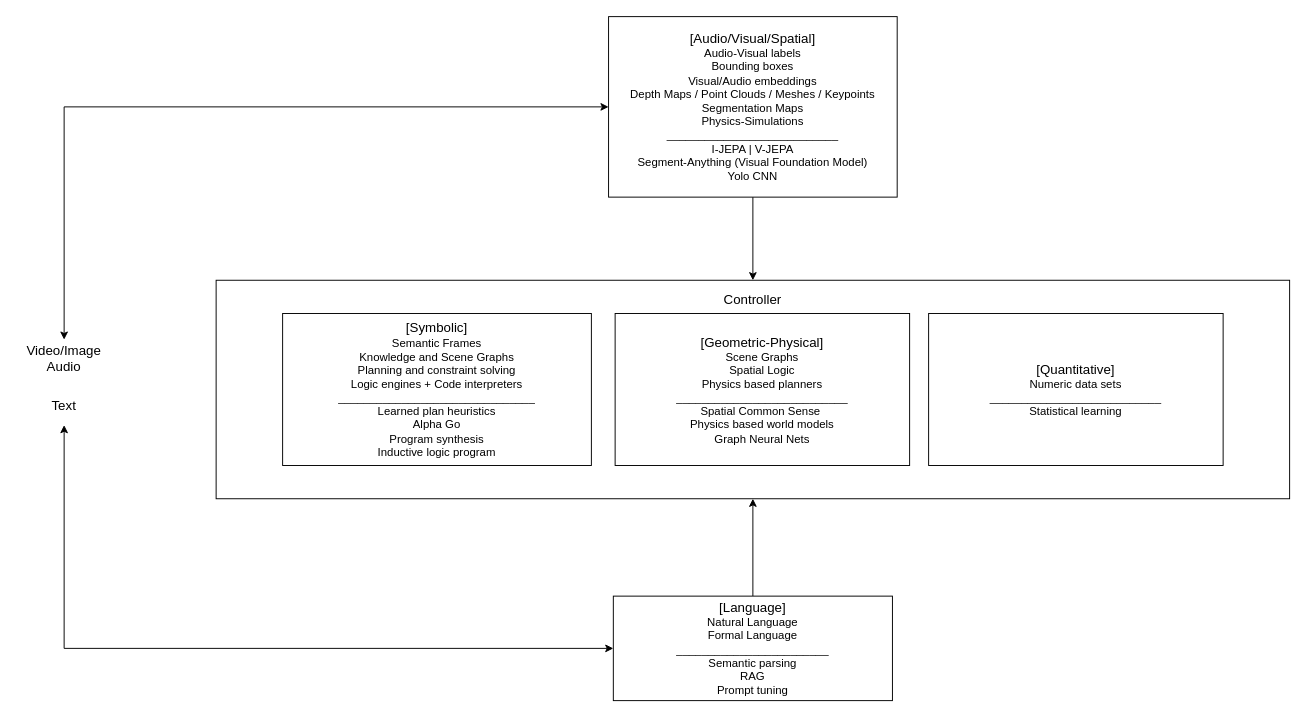
yashrahmed/VordMekh_project keeps this draw.io diagram as design-docs/4-boxes.drawio. Above is the earlier version. Source tidied: cells renumbered, new cells numbered last; positions are measured from the earlier drawing's top-left corner, leaving out a move shared by most shapes. Both pictures are drawn from the tidied source at 95%, with x=0, y=0 at pixel (16, 16).
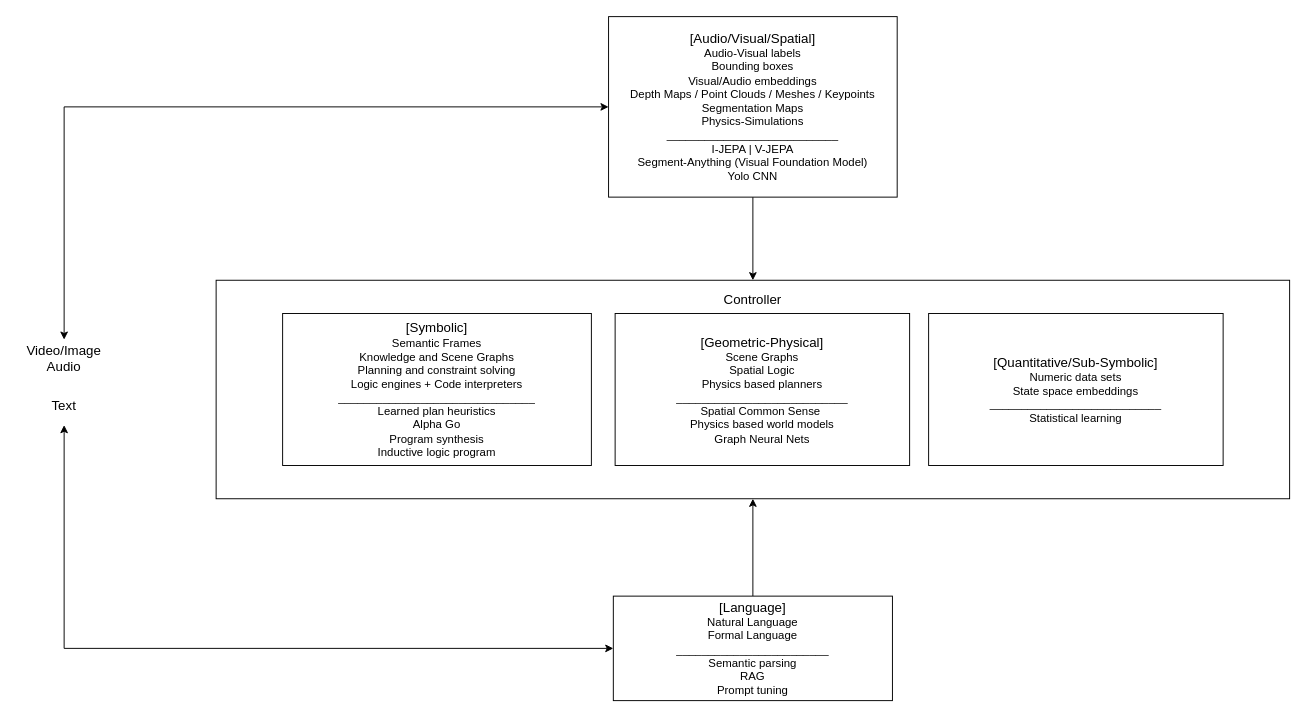
The same page after the edit.

Commit message:
Adding embeddings to the diagram

The edit, as a diff of the source:
```diff
@@
 <mxGraphModel>
   <root>
     <mxCell id="0" />
     <mxCell id="1" parent="0" />
     <mxCell id="2" style="edgeStyle=orthogonalEdgeStyle;rounded=0;jettySize=auto;html=1;entryX=0.5;entryY=0;entryDx=0;entryDy=0;" parent="1" edge="1" source="3" target="11">
       <mxGeometry relative="1" as="geometry" />
     </mxCell>
     <mxCell id="3" value="&lt;font style=&quot;font-size: 14px;&quot;&gt;[Audio/Visual/Spatial]&lt;/font&gt;&lt;div&gt;&lt;span style=&quot;background-color: transparent; color: light-dark(rgb(0, 0, 0), rgb(255, 255, 255));&quot;&gt;Audio-Visual labels&lt;/span&gt;&lt;/div&gt;&lt;div&gt;Bounding boxes&lt;/div&gt;&lt;div&gt;Visual/Audio embeddings&lt;/div&gt;&lt;div&gt;Depth Maps / Point Clouds / Meshes / Keypoints&lt;/div&gt;&lt;div&gt;Segmentation Maps&lt;/div&gt;&lt;div&gt;&lt;div&gt;&lt;span style=&quot;background-color: transparent; color: light-dark(rgb(0, 0, 0), rgb(255, 255, 255));&quot;&gt;Physics-Simulations&lt;/span&gt;&lt;/div&gt;___________________________&lt;/div&gt;&lt;div&gt;I-JEPA | V-JEPA&lt;br&gt;&lt;/div&gt;&lt;div&gt;Segment-Anything (Visual Foundation Model)&lt;br&gt;Yolo CNN&lt;/div&gt;" style="rounded=0;whiteSpace=wrap;html=1;" parent="1" vertex="1">
       <mxGeometry x="623.1" width="303.8" height="190" as="geometry" />
     </mxCell>
     <mxCell id="4" style="edgeStyle=orthogonalEdgeStyle;rounded=0;jettySize=auto;html=1;entryX=0.5;entryY=1;entryDx=0;entryDy=0;" parent="1" edge="1" source="5" target="11">
       <mxGeometry relative="1" as="geometry" />
     </mxCell>
     <mxCell id="5" value="&lt;font style=&quot;font-size: 14px;&quot;&gt;[Language]&lt;/font&gt;&lt;div&gt;Natural Language&lt;/div&gt;&lt;div&gt;Formal Language&lt;br&gt;________________________&lt;/div&gt;&lt;div&gt;Semantic parsing&lt;/div&gt;&lt;div&gt;RAG&lt;/div&gt;&lt;div&gt;Prompt tuning&lt;/div&gt;" style="rounded=0;whiteSpace=wrap;html=1;" parent="1" vertex="1">
       <mxGeometry x="628.1" y="610" width="293.8" height="110" as="geometry" />
     </mxCell>
     <mxCell id="6" value="&lt;font style=&quot;font-size: 14px;&quot;&gt;Video/Image&lt;br&gt;&lt;/font&gt;&lt;div&gt;&lt;font style=&quot;font-size: 14px;&quot;&gt;Audio&lt;/font&gt;&lt;/div&gt;" style="text;html=1;align=center;verticalAlign=middle;whiteSpace=wrap;rounded=0;" parent="1" vertex="1">
       <mxGeometry y="340" width="100" height="40" as="geometry" />
     </mxCell>
     <mxCell id="7" value="&lt;span style=&quot;font-size: 14px;&quot;&gt;Text&lt;/span&gt;" style="text;html=1;align=center;verticalAlign=middle;whiteSpace=wrap;rounded=0;" parent="1" vertex="1">
       <mxGeometry y="390" width="100" height="40" as="geometry" />
     </mxCell>
     <mxCell id="8" style="endArrow=classic;startArrow=classic;html=1;rounded=0;entryX=0;entryY=0.5;entryDx=0;entryDy=0;exitX=0.5;exitY=0;exitDx=0;exitDy=0;" parent="1" edge="1" source="6" target="3">
       <mxGeometry relative="1" as="geometry">
         <Array as="points">
           <mxPoint x="50" y="95" />
         </Array>
       </mxGeometry>
     </mxCell>
     <mxCell id="9" style="endArrow=classic;startArrow=classic;html=1;rounded=0;entryX=0;entryY=0.5;entryDx=0;entryDy=0;exitX=0.5;exitY=1;exitDx=0;exitDy=0;" parent="1" edge="1" source="7" target="5">
       <mxGeometry relative="1" as="geometry">
         <Array as="points">
           <mxPoint x="50" y="665" />
         </Array>
       </mxGeometry>
     </mxCell>
     <mxCell id="10" style="group;" parent="1" vertex="1">
       <mxGeometry x="280" y="312.5" width="1060" height="195" as="geometry" />
     </mxCell>
     <mxCell id="11" style="rounded=0;whiteSpace=wrap;html=1;" parent="10" vertex="1">
       <mxGeometry x="-70" y="-35" width="1130" height="230" as="geometry" />
     </mxCell>
     <mxCell id="12" value="&lt;font style=&quot;font-size: 14px;&quot;&gt;[Geometric-Physical]&lt;/font&gt;&lt;div&gt;&lt;span style=&quot;background-color: transparent; color: light-dark(rgb(0, 0, 0), rgb(255, 255, 255));&quot;&gt;Scene Graphs&lt;/span&gt;&lt;/div&gt;&lt;div&gt;&lt;span style=&quot;background-color: transparent; color: light-dark(rgb(0, 0, 0), rgb(255, 255, 255));&quot;&gt;Spatial Logic&lt;/span&gt;&lt;/div&gt;&lt;div&gt;&lt;span style=&quot;background-color: transparent; color: light-dark(rgb(0, 0, 0), rgb(255, 255, 255));&quot;&gt;Physics based planners&lt;/span&gt;&lt;/div&gt;&lt;div&gt;___________________________&lt;/div&gt;&lt;div&gt;&lt;div&gt;Spatial Common Sense&amp;nbsp;&lt;/div&gt;&lt;/div&gt;&lt;div&gt;Physics based world models&lt;/div&gt;&lt;div&gt;Graph Neural Nets&lt;/div&gt;" style="rounded=0;whiteSpace=wrap;html=1;" parent="10" vertex="1">
       <mxGeometry x="350" width="310" height="160" as="geometry" />
     </mxCell>
     <mxCell id="13" value="&lt;font style=&quot;font-size: 14px;&quot;&gt;[Symbolic]&lt;/font&gt;&lt;div&gt;Semantic Frames&lt;/div&gt;&lt;div&gt;&lt;span style=&quot;background-color: transparent; color: light-dark(rgb(0, 0, 0), rgb(255, 255, 255));&quot;&gt;Knowledge and Scene Graphs&lt;/span&gt;&lt;/div&gt;&lt;div&gt;&lt;span style=&quot;background-color: transparent; color: light-dark(rgb(0, 0, 0), rgb(255, 255, 255));&quot;&gt;Planning and constraint solving&lt;/span&gt;&lt;/div&gt;&lt;div&gt;Logic engines + Code interpreters&lt;br&gt;_______________________________&lt;/div&gt;&lt;div&gt;Learned plan heuristics&lt;/div&gt;&lt;div&gt;Alpha Go&lt;/div&gt;&lt;div&gt;Program synthesis&lt;/div&gt;&lt;div&gt;Inductive logic program&lt;/div&gt;" style="rounded=0;whiteSpace=wrap;html=1;" parent="10" vertex="1">
       <mxGeometry width="325" height="160" as="geometry" />
     </mxCell>
-    <mxCell id="14" value="&lt;font style=&quot;font-size: 14px;&quot;&gt;[Quantitative]&lt;/font&gt;&lt;div&gt;Numeric data sets&lt;/div&gt;&lt;div&gt;___________________________&lt;/div&gt;&lt;div&gt;&lt;span style=&quot;background-color: transparent; color: light-dark(rgb(0, 0, 0), rgb(255, 255, 255));&quot;&gt;Statistical learning&lt;/span&gt;&lt;/div&gt;" style="rounded=0;whiteSpace=wrap;html=1;" parent="10" vertex="1">
-      <mxGeometry x="680" width="310" height="160" as="geometry" />
-    </mxCell>
+    <mxCell id="16" value="&lt;font style=&quot;font-size: 14px;&quot;&gt;[Quantitative/Sub-Symbolic]&lt;/font&gt;&lt;div&gt;Numeric data sets&lt;/div&gt;&lt;div&gt;State space embeddings&lt;/div&gt;&lt;div&gt;___________________________&lt;/div&gt;&lt;div&gt;&lt;span style=&quot;background-color: transparent; color: light-dark(rgb(0, 0, 0), rgb(255, 255, 255));&quot;&gt;Statistical learning&lt;/span&gt;&lt;/div&gt;" style="rounded=0;whiteSpace=wrap;html=1;" parent="10" vertex="1">
+      <mxGeometry x="680" width="310" height="160" as="geometry" />
+    </mxCell>
     <mxCell id="15" value="&lt;font style=&quot;font-size: 14px;&quot;&gt;Controller&lt;/font&gt;" style="text;html=1;align=center;verticalAlign=middle;whiteSpace=wrap;rounded=0;" parent="10" vertex="1">
       <mxGeometry x="465" y="-30" width="60" height="30" as="geometry" />
     </mxCell>
   </root>
 </mxGraphModel>
```
